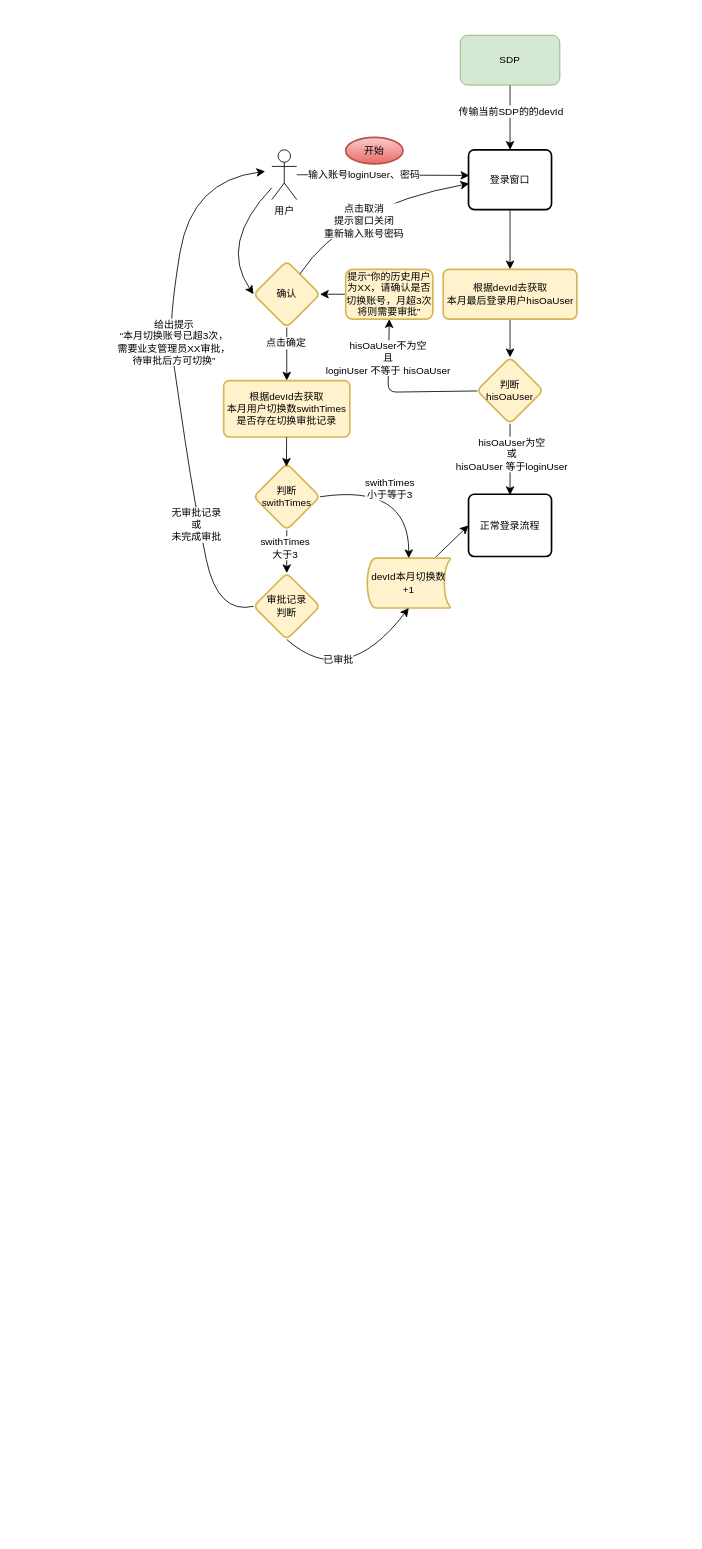
Earlier version of the draw.io diagram page "SDP结合登录流程图-2" (16 of 18) of 系统功能流程图/铁塔4A2024.drawio (158698706/tt4a). Source tidied: cells renumbered, new cells numbered last; positions are measured from the earlier drawing's top-left corner, leaving out a move shared by most shapes. Both pictures are drawn from the tidied source at 83%, with x=0, y=0 at pixel (111, 14).
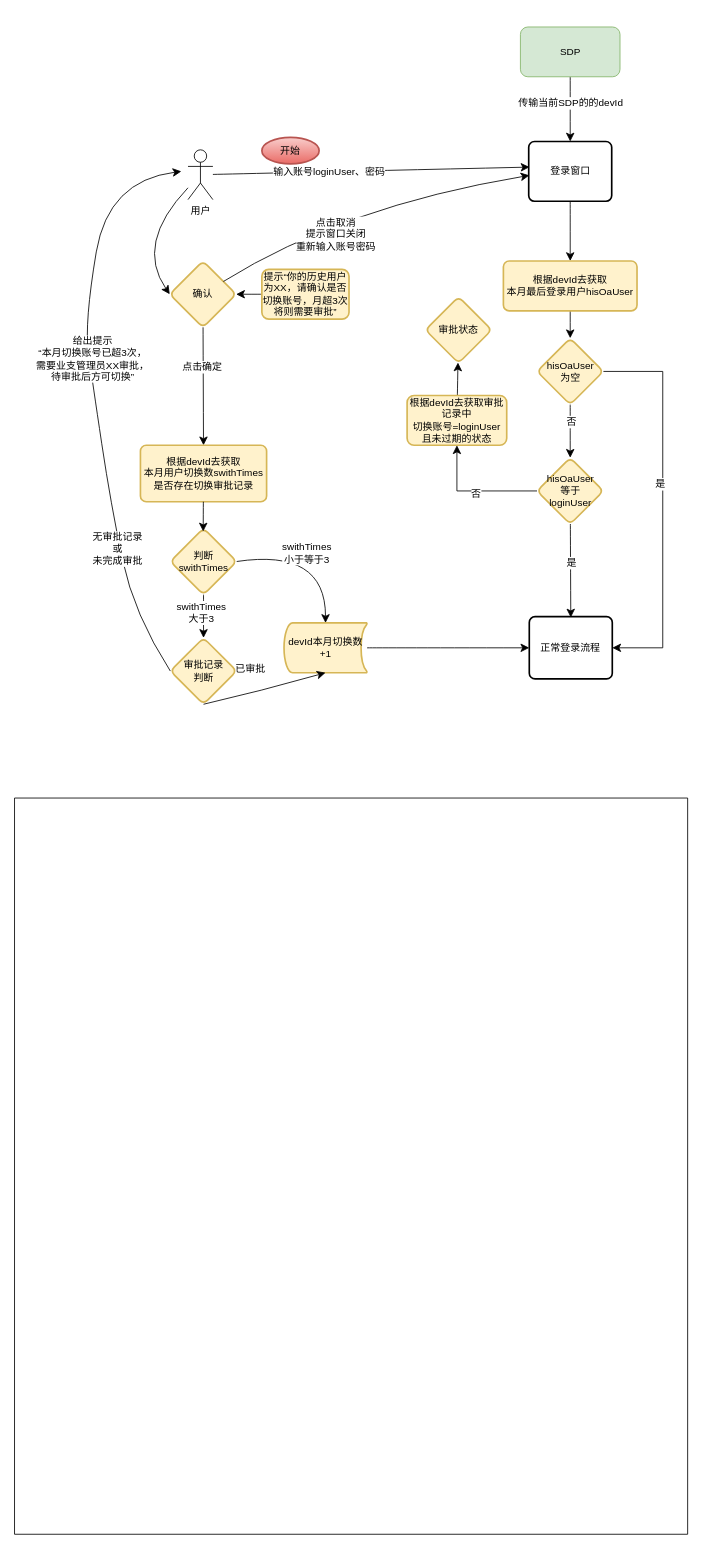
Above is the later version.

Unchanged cells that the change refers to:
```xml
<mxCell id="16" style="edgeStyle=none;curved=1;rounded=0;jettySize=auto;html=1;fontSize=12;startSize=8;endSize=8;entryX=0.5;entryY=0.013;entryDx=0;entryDy=0;entryPerimeter=0;" parent="1" edge="1" source="18" target="28">
  <mxGeometry relative="1" as="geometry" />
</mxCell>
```

Diff of the diagram source:
```diff
@@
-    <mxCell id="2" style="verticalLabelPosition=bottom;verticalAlign=top;html=1;shape=mxgraph.basic.rect;fillColor2=none;strokeWidth=1;size=20;indent=5;strokeColor=none;" parent="1" vertex="1">
-      <mxGeometry width="583" height="812" as="geometry" />
+    <mxCell id="2" style="verticalLabelPosition=bottom;verticalAlign=top;html=1;shape=mxgraph.basic.rect;fillColor2=none;strokeWidth=1;size=20;indent=5;strokeColor=default;" parent="1" vertex="1">
+      <mxGeometry x="-117" y="944" width="811" height="887" as="geometry" />
     </mxCell>
     <mxCell id="3" style="edgeStyle=none;curved=1;rounded=0;jettySize=auto;html=1;fontSize=12;startSize=8;endSize=8;entryX=0;entryY=0.5;entryDx=0;entryDy=0;" parent="1" edge="1" source="4" target="23">
       <mxGeometry relative="1" as="geometry">
         <Array as="points">
-          <mxPoint x="129" y="276" />
+          <mxPoint x="28" y="276" />
         </Array>
       </mxGeometry>
     </mxCell>
     <mxCell id="4" value="用户" style="shape=umlActor;verticalLabelPosition=bottom;verticalAlign=top;html=1;" parent="1" vertex="1">
-      <mxGeometry x="193" y="163" width="30" height="60" as="geometry" />
+      <mxGeometry x="92" y="163" width="30" height="60" as="geometry" />
     </mxCell>
@@
     <mxCell id="6" value="登录窗口" style="rounded=1;whiteSpace=wrap;html=1;absoluteArcSize=1;arcSize=14;strokeWidth=2;" parent="1" vertex="1">
-      <mxGeometry x="430" y="163" width="100" height="72" as="geometry" />
+      <mxGeometry x="502.5" y="153" width="100" height="72" as="geometry" />
     </mxCell>
@@
     <mxCell id="11" value="SDP" style="rounded=1;whiteSpace=wrap;html=1;fillColor=#d5e8d4;strokeColor=#82b366;" parent="1" vertex="1">
-      <mxGeometry x="420" y="25" width="120" height="60" as="geometry" />
+      <mxGeometry x="492.5" y="15" width="120" height="60" as="geometry" />
     </mxCell>
-    <mxCell id="12" style="edgeStyle=none;curved=1;rounded=0;jettySize=auto;html=1;fontSize=12;startSize=8;endSize=8;" parent="1" edge="1" source="13" target="18">
+    <mxCell id="12" style="edgeStyle=none;curved=1;rounded=0;jettySize=auto;html=1;fontSize=12;startSize=8;endSize=8;entryX=0.5;entryY=0;entryDx=0;entryDy=0;" parent="1" edge="1" source="13" target="52">
       <mxGeometry relative="1" as="geometry" />
     </mxCell>
     <mxCell id="13" value="根据devId去获取&lt;div&gt;本月最后登录用户hisOaUser&lt;/div&gt;" style="rounded=1;whiteSpace=wrap;html=1;absoluteArcSize=1;arcSize=14;strokeWidth=2;fillColor=#fff2cc;strokeColor=#d6b656;" parent="1" vertex="1">
-      <mxGeometry x="399.5" y="307" width="161" height="60" as="geometry" />
+      <mxGeometry x="472" y="297" width="161" height="60" as="geometry" />
     </mxCell>
-    <mxCell id="14" style="edgeStyle=none;curved=0;rounded=1;jettySize=auto;html=1;entryX=0.5;entryY=1;entryDx=0;entryDy=0;fontSize=12;startSize=8;endSize=8;strokeColor=default;" parent="1" edge="1" source="18" target="20">
-      <mxGeometry relative="1" as="geometry">
-        <Array as="points">
-          <mxPoint x="333" y="455" />
-        </Array>
-      </mxGeometry>
-    </mxCell>
-    <mxCell id="15" value="&lt;div&gt;hisOaUser不为空&lt;/div&gt;&lt;div&gt;且&lt;br&gt;&lt;/div&gt;loginUser 不等于 hisOaUser" style="edgeLabel;html=1;align=center;verticalAlign=middle;fontSize=12;" parent="14" vertex="1">
-      <mxGeometry x="0.45" y="-1" relative="1" as="geometry">
-        <mxPoint x="-2" y="-7" as="offset" />
-      </mxGeometry>
-    </mxCell>
@@
-    <mxCell id="17" value="hisOaUser为空&lt;div&gt;或&lt;div&gt;hisOaUser 等于loginUser&lt;/div&gt;&lt;/div&gt;" style="edgeLabel;html=1;align=center;verticalAlign=middle;fontSize=12;" parent="16" vertex="1">
+    <mxCell id="17" value="是" style="edgeLabel;html=1;align=center;verticalAlign=middle;fontSize=12;" parent="16" vertex="1">
       <mxGeometry x="-0.16" y="1" relative="1" as="geometry" />
     </mxCell>
+    <mxCell id="44" style="edgeStyle=orthogonalEdgeStyle;rounded=0;jettySize=auto;html=1;fontSize=12;startSize=8;endSize=8;" parent="1" edge="1" source="18" target="47">
+      <mxGeometry relative="1" as="geometry" />
+    </mxCell>
+    <mxCell id="45" value="否" style="edgeLabel;html=1;align=center;verticalAlign=middle;fontSize=12;" parent="44" vertex="1">
+      <mxGeometry x="-0.02" y="3" relative="1" as="geometry" />
+    </mxCell>
-    <mxCell id="18" value="判断hisOaUser" style="rhombus;whiteSpace=wrap;html=1;rounded=1;arcSize=14;strokeWidth=2;fillColor=#fff2cc;strokeColor=#d6b656;" parent="1" vertex="1">
-      <mxGeometry x="440" y="413" width="80" height="80" as="geometry" />
+    <mxCell id="18" value="&lt;span style=&quot;text-wrap: nowrap;&quot;&gt;hisOaUser&lt;/span&gt;&lt;span style=&quot;text-wrap: nowrap; background-color: transparent;&quot;&gt;等于&lt;/span&gt;&lt;div&gt;&lt;span style=&quot;text-wrap: nowrap; background-color: transparent;&quot;&gt;loginUser&lt;/span&gt;&lt;/div&gt;" style="rhombus;whiteSpace=wrap;html=1;rounded=1;arcSize=14;strokeWidth=2;fillColor=#fff2cc;strokeColor=#d6b656;" parent="1" vertex="1">
+      <mxGeometry x="512.5" y="534" width="80" height="80" as="geometry" />
     </mxCell>
@@
     <mxCell id="20" value="提示“你的历史用户为XX，请确认是否切换账号，月超3次将则需要审批”" style="whiteSpace=wrap;html=1;rounded=1;arcSize=14;strokeWidth=2;fillColor=#fff2cc;strokeColor=#d6b656;" parent="1" vertex="1">
-      <mxGeometry x="282" y="307" width="105" height="60" as="geometry" />
+      <mxGeometry x="181" y="307" width="105" height="60" as="geometry" />
     </mxCell>
@@
     <mxCell id="23" value="确认" style="rhombus;whiteSpace=wrap;html=1;rounded=1;arcSize=14;strokeWidth=2;fillColor=#fff2cc;strokeColor=#d6b656;" parent="1" vertex="1">
-      <mxGeometry x="171" y="297" width="80" height="80" as="geometry" />
+      <mxGeometry x="70" y="297" width="80" height="80" as="geometry" />
     </mxCell>
@@
     <mxCell id="27" value="devId本月切换数&lt;div&gt;+1&lt;/div&gt;" style="strokeWidth=2;html=1;shape=mxgraph.flowchart.stored_data;whiteSpace=wrap;fillColor=#fff2cc;strokeColor=#d6b656;" parent="1" vertex="1">
-      <mxGeometry x="308" y="655" width="100" height="60" as="geometry" />
+      <mxGeometry x="207.7" y="733" width="100" height="60" as="geometry" />
     </mxCell>
     <mxCell id="28" value="正常登录流程" style="rounded=1;whiteSpace=wrap;html=1;absoluteArcSize=1;arcSize=14;strokeWidth=2;" parent="1" vertex="1">
-      <mxGeometry x="430" y="578" width="100" height="75" as="geometry" />
+      <mxGeometry x="503.2" y="725.5" width="100" height="75" as="geometry" />
     </mxCell>
     <mxCell id="29" style="edgeStyle=none;curved=1;rounded=0;jettySize=auto;html=1;fontSize=12;startSize=8;endSize=8;exitX=0;exitY=0.5;exitDx=0;exitDy=0;" parent="1" edge="1" source="40">
       <mxGeometry relative="1" as="geometry">
-        <mxPoint x="185" y="189" as="targetPoint" />
+        <mxPoint x="84" y="189" as="targetPoint" />
         <Array as="points">
-          <mxPoint x="128" y="723" />
-          <mxPoint x="100" y="590" />
-          <mxPoint x="78" y="443" />
-          <mxPoint x="68" y="372" />
-          <mxPoint x="97" y="200" />
+          <mxPoint x="27" y="723" />
+          <mxPoint x="-1" y="590" />
+          <mxPoint x="-23" y="443" />
+          <mxPoint x="-33" y="372" />
+          <mxPoint x="-4" y="200" />
         </Array>
       </mxGeometry>
     </mxCell>
@@
     <mxCell id="35" value="判断swithTimes" style="rhombus;whiteSpace=wrap;html=1;rounded=1;arcSize=14;strokeWidth=2;fillColor=#fff2cc;strokeColor=#d6b656;" parent="1" vertex="1">
-      <mxGeometry x="171" y="541" width="80" height="80" as="geometry" />
+      <mxGeometry x="70.7" y="619" width="80" height="80" as="geometry" />
     </mxCell>
     <mxCell id="36" style="edgeStyle=none;curved=1;rounded=0;jettySize=auto;html=1;fontSize=12;startSize=8;endSize=8;exitX=1;exitY=0.5;exitDx=0;exitDy=0;entryX=0.5;entryY=0;entryDx=0;entryDy=0;entryPerimeter=0;" parent="1" edge="1" source="35" target="27">
       <mxGeometry relative="1" as="geometry">
         <Array as="points">
-          <mxPoint x="358" y="565" />
+          <mxPoint x="257.7" y="643" />
         </Array>
       </mxGeometry>
     </mxCell>
@@
     <mxCell id="38" value="根据devId去获取&lt;div&gt;&lt;span style=&quot;background-color: transparent;&quot;&gt;本月用户切换数swithTimes&lt;/span&gt;&lt;br&gt;&lt;/div&gt;&lt;div&gt;&lt;span style=&quot;background-color: transparent;&quot;&gt;是否存在切换审批记录&lt;/span&gt;&lt;/div&gt;" style="rounded=1;whiteSpace=wrap;html=1;absoluteArcSize=1;arcSize=14;strokeWidth=2;fillColor=#fff2cc;strokeColor=#d6b656;" parent="1" vertex="1">
-      <mxGeometry x="135" y="441" width="152" height="68" as="geometry" />
+      <mxGeometry x="34.7" y="519" width="152" height="68" as="geometry" />
     </mxCell>
@@
     <mxCell id="40" value="&lt;div&gt;审批记录&lt;/div&gt;&lt;div&gt;判断&lt;/div&gt;" style="rhombus;whiteSpace=wrap;html=1;rounded=1;arcSize=14;strokeWidth=2;fillColor=#fff2cc;strokeColor=#d6b656;" parent="1" vertex="1">
-      <mxGeometry x="171" y="673" width="80" height="80" as="geometry" />
+      <mxGeometry x="70.7" y="751" width="80" height="80" as="geometry" />
     </mxCell>
     <mxCell id="41" style="edgeStyle=none;curved=1;rounded=0;jettySize=auto;html=1;entryX=0.5;entryY=1;entryDx=0;entryDy=0;entryPerimeter=0;fontSize=12;startSize=8;endSize=8;exitX=0.5;exitY=1;exitDx=0;exitDy=0;" parent="1" edge="1" source="40" target="27">
       <mxGeometry relative="1" as="geometry">
         <Array as="points">
-          <mxPoint x="281" y="815" />
+          <mxPoint x="180" y="815" />
         </Array>
       </mxGeometry>
     </mxCell>
@@
     <mxCell id="43" value="开始" style="strokeWidth=2;html=1;shape=mxgraph.flowchart.start_1;whiteSpace=wrap;fillColor=#f8cecc;strokeColor=#b85450;gradientColor=#ea6b66;" parent="1" vertex="1">
-      <mxGeometry x="282" y="148" width="69" height="32" as="geometry" />
+      <mxGeometry x="181" y="148" width="69" height="32" as="geometry" />
     </mxCell>
+    <mxCell id="46" style="edgeStyle=none;curved=1;rounded=0;jettySize=auto;html=1;fontSize=12;startSize=8;endSize=8;" parent="1" edge="1" source="47" target="53">
+      <mxGeometry relative="1" as="geometry" />
+    </mxCell>
+    <mxCell id="47" value="根据devId去获取审批记录中&lt;div&gt;&lt;span style=&quot;background-color: transparent;&quot;&gt;切换账号=loginUser&lt;/span&gt;&lt;/div&gt;&lt;div&gt;且未过期的状态&lt;/div&gt;" style="whiteSpace=wrap;html=1;fillColor=#fff2cc;strokeColor=#d6b656;rounded=1;arcSize=14;strokeWidth=2;" parent="1" vertex="1">
+      <mxGeometry x="356" y="459" width="120" height="60" as="geometry" />
+    </mxCell>
+    <mxCell id="48" style="edgeStyle=orthogonalEdgeStyle;rounded=0;jettySize=auto;html=1;entryX=1;entryY=0.5;entryDx=0;entryDy=0;fontSize=12;startSize=8;endSize=8;" parent="1" edge="1" source="52" target="28">
+      <mxGeometry relative="1" as="geometry">
+        <Array as="points">
+          <mxPoint x="664" y="430" />
+          <mxPoint x="664" y="763" />
+        </Array>
+      </mxGeometry>
+    </mxCell>
+    <mxCell id="49" value="是" style="edgeLabel;html=1;align=center;verticalAlign=middle;fontSize=12;" parent="48" vertex="1">
+      <mxGeometry x="-0.11" y="-4" relative="1" as="geometry" />
+    </mxCell>
+    <mxCell id="50" style="edgeStyle=none;curved=1;rounded=0;jettySize=auto;html=1;entryX=0.5;entryY=0;entryDx=0;entryDy=0;fontSize=12;startSize=8;endSize=8;" parent="1" edge="1" source="52" target="18">
+      <mxGeometry relative="1" as="geometry" />
+    </mxCell>
+    <mxCell id="51" value="否" style="edgeLabel;html=1;align=center;verticalAlign=middle;fontSize=12;" parent="50" vertex="1">
+      <mxGeometry x="-0.39" y="1" relative="1" as="geometry" />
+    </mxCell>
+    <mxCell id="52" value="hisOaUser&lt;div&gt;为空&lt;/div&gt;" style="rhombus;whiteSpace=wrap;html=1;rounded=1;arcSize=14;strokeWidth=2;fillColor=#fff2cc;strokeColor=#d6b656;" parent="1" vertex="1">
+      <mxGeometry x="512.5" y="390" width="80" height="80" as="geometry" />
+    </mxCell>
+    <mxCell id="53" value="审批状态" style="rhombus;whiteSpace=wrap;html=1;fillColor=#fff2cc;strokeColor=#d6b656;rounded=1;arcSize=14;strokeWidth=2;" parent="1" vertex="1">
+      <mxGeometry x="378" y="340" width="80" height="80" as="geometry" />
+    </mxCell>
```
